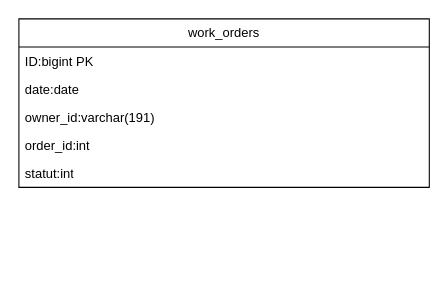
Before: Expenses.drawio in antoineQualtech/DanswerFrontEnd-, a draw.io diagram. Source tidied: cells renumbered, new cells numbered last; positions are measured from the earlier drawing's top-left corner, leaving out a move shared by most shapes. Both pictures are drawn from the tidied source at 108%, with x=0, y=0 at pixel (18, 18).
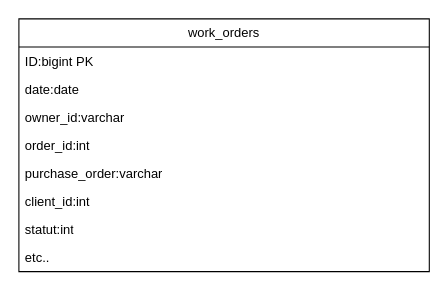
The same diagram, later.

Commit message (it also covers changes not shown here):
Mettre à jour Expenses.drawio

What changed in the source:
```diff
@@
 <mxGraphModel>
   <root>
     <mxCell id="0" />
     <mxCell id="1" parent="0" />
     <mxCell id="2" value="work_orders" style="swimlane;fontStyle=0;horizontal=1;startSize=26;fillColor=none;whiteSpace=wrap;html=1;" parent="1" vertex="1">
-      <mxGeometry width="380" height="156" as="geometry" />
+      <mxGeometry width="380" height="234" as="geometry" />
     </mxCell>
     <mxCell id="3" value="ID:bigint PK" style="text;strokeColor=none;fillColor=none;align=left;verticalAlign=top;spacingLeft=4;spacingRight=4;overflow=hidden;whiteSpace=wrap;html=1;" parent="2" vertex="1">
       <mxGeometry y="26" width="380" height="26" as="geometry" />
     </mxCell>
     <mxCell id="4" value="date:date" style="text;strokeColor=none;fillColor=none;align=left;verticalAlign=top;spacingLeft=4;spacingRight=4;overflow=hidden;whiteSpace=wrap;html=1;" parent="2" vertex="1">
       <mxGeometry y="52" width="380" height="26" as="geometry" />
     </mxCell>
-    <mxCell id="5" value="owner_id:varchar(191)" style="text;strokeColor=none;fillColor=none;align=left;verticalAlign=top;spacingLeft=4;spacingRight=4;overflow=hidden;whiteSpace=wrap;html=1;" parent="2" vertex="1">
+    <mxCell id="5" value="owner_id:varchar" style="text;strokeColor=none;fillColor=none;align=left;verticalAlign=top;spacingLeft=4;spacingRight=4;overflow=hidden;whiteSpace=wrap;html=1;" parent="2" vertex="1">
       <mxGeometry y="78" width="380" height="26" as="geometry" />
     </mxCell>
     <mxCell id="6" value="order_id:int" style="text;strokeColor=none;fillColor=none;align=left;verticalAlign=top;spacingLeft=4;spacingRight=4;overflow=hidden;whiteSpace=wrap;html=1;" parent="2" vertex="1">
       <mxGeometry y="104" width="380" height="26" as="geometry" />
     </mxCell>
+    <mxCell id="8" value="purchase_order:varchar" style="text;strokeColor=none;fillColor=none;align=left;verticalAlign=top;spacingLeft=4;spacingRight=4;overflow=hidden;whiteSpace=wrap;html=1;" parent="2" vertex="1">
+      <mxGeometry y="130" width="380" height="26" as="geometry" />
+    </mxCell>
+    <mxCell id="9" value="client_id:int" style="text;strokeColor=none;fillColor=none;align=left;verticalAlign=top;spacingLeft=4;spacingRight=4;overflow=hidden;whiteSpace=wrap;html=1;" parent="2" vertex="1">
+      <mxGeometry y="156" width="380" height="26" as="geometry" />
+    </mxCell>
     <mxCell id="7" value="statut:int" style="text;strokeColor=none;fillColor=none;align=left;verticalAlign=top;spacingLeft=4;spacingRight=4;overflow=hidden;whiteSpace=wrap;html=1;" parent="2" vertex="1">
-      <mxGeometry y="130" width="380" height="26" as="geometry" />
+      <mxGeometry y="182" width="380" height="26" as="geometry" />
     </mxCell>
+    <mxCell id="10" value="etc.." style="text;strokeColor=none;fillColor=none;align=left;verticalAlign=top;spacingLeft=4;spacingRight=4;overflow=hidden;whiteSpace=wrap;html=1;" parent="2" vertex="1">
+      <mxGeometry y="208" width="380" height="26" as="geometry" />
+    </mxCell>
   </root>
 </mxGraphModel>
```
